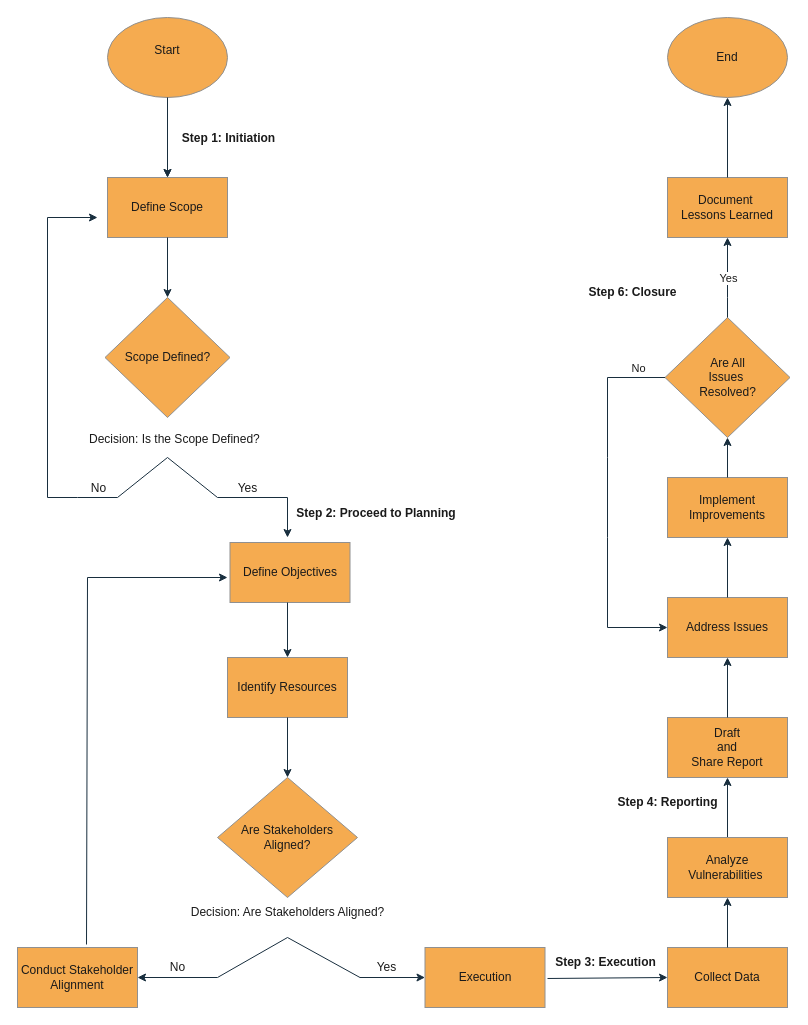
Above: Visuals/Security_Audit_Process_Flowchart.drawio in CJWasson/Security-Audit-Botium-Toys (draw.io), before the change. Source tidied: cells renumbered, new cells numbered last; positions are measured from the earlier drawing's top-left corner, leaving out a move shared by most shapes. Both pictures are drawn from the tidied source at 100%, with x=0, y=0 at pixel (17, 17).
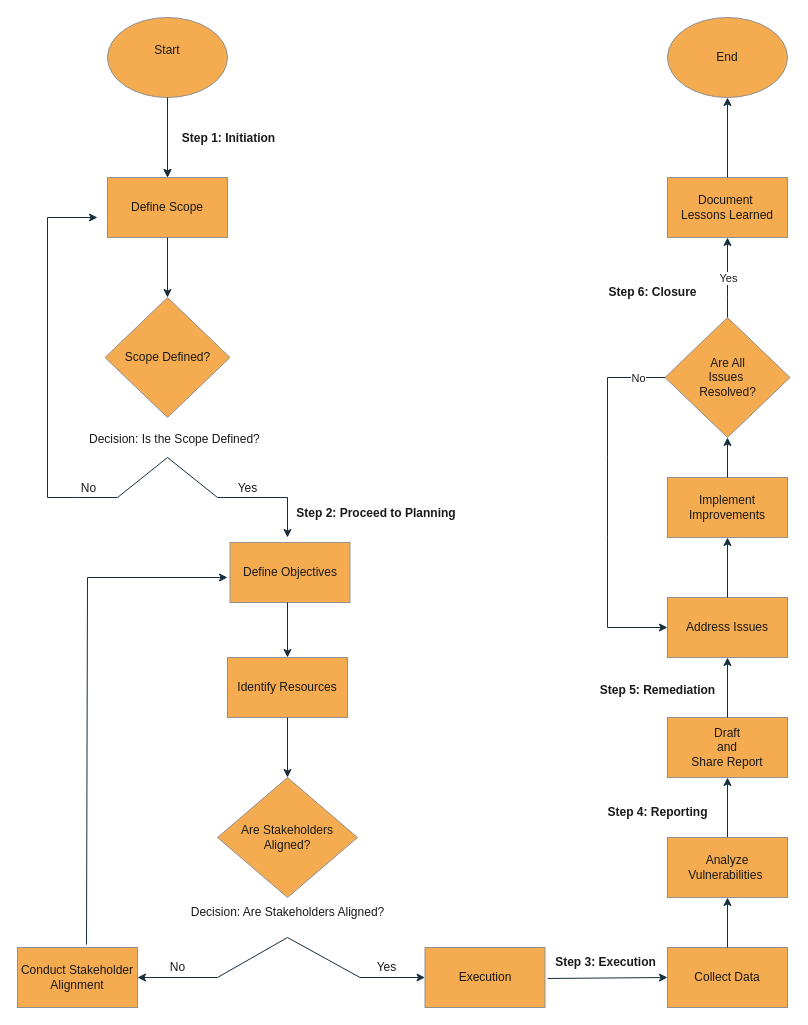
The same page after the edit.

The change refers to these unchanged cells:
```xml
<mxCell id="14" style="endArrow=classic;html=1;rounded=0;labelBackgroundColor=none;strokeColor=#182E3E;fontColor=default;" parent="1" edge="1">
  <mxGeometry relative="1" as="geometry">
    <mxPoint x="150" y="440" as="sourcePoint" />
    <mxPoint x="80" y="200" as="targetPoint" />
    <Array as="points">
      <mxPoint x="100" y="480" />
      <mxPoint x="60" y="480" />
      <mxPoint x="30" y="480" />
      <mxPoint x="30" y="200" />
    </Array>
  </mxGeometry>
</mxCell>
<mxCell id="43" style="endArrow=classic;html=1;rounded=0;strokeColor=#182E3E;fontColor=#1A1A1A;exitX=0;exitY=0.5;exitDx=0;exitDy=0;entryX=0;entryY=0.5;entryDx=0;entryDy=0;" parent="1" edge="1" source="39" target="36">
  <mxGeometry relative="1" as="geometry">
    <Array as="points">
      <mxPoint x="590" y="360" />
      <mxPoint x="590" y="440" />
      <mxPoint x="590" y="520" />
      <mxPoint x="590" y="610" />
    </Array>
  </mxGeometry>
</mxCell>
```

Diff of the diagram source:
```diff
@@
     <mxCell id="15" value="No" style="edgeLabel;html=1;align=center;verticalAlign=middle;fontSize=12;labelBackgroundColor=none;fontColor=#1A1A1A;rounded=0;" parent="14" vertex="1">
       <mxGeometry relative="1" as="geometry">
-        <mxPoint x="50" y="88" as="offset" />
+        <mxPoint x="40" y="88" as="offset" />
       </mxGeometry>
     </mxCell>
@@
     <mxCell id="33" value="&lt;b&gt;Step 4: Reporting&lt;/b&gt;" style="text;html=1;align=center;verticalAlign=middle;strokeColor=none;fillColor=none;fontColor=#1A1A1A;rounded=0;" parent="1" vertex="1">
-      <mxGeometry x="590" y="770" width="120" height="30" as="geometry" />
+      <mxGeometry x="580" y="780" width="120" height="30" as="geometry" />
     </mxCell>
@@
     <mxCell id="44" value="No" style="edgeLabel;html=1;align=center;verticalAlign=middle;strokeColor=#909090;fontColor=#1A1A1A;fillColor=#F5AB50;rounded=0;" parent="43" vertex="1">
       <mxGeometry relative="1" as="geometry">
-        <mxPoint x="30" y="-136" as="offset" />
+        <mxPoint x="30" y="-126" as="offset" />
       </mxGeometry>
     </mxCell>
@@
     <mxCell id="46" value="&lt;b&gt;Step 6: Closure&lt;/b&gt;" style="text;html=1;align=center;verticalAlign=middle;strokeColor=none;fillColor=none;fontColor=#1A1A1A;rounded=0;" parent="1" vertex="1">
-      <mxGeometry x="560" y="260" width="110" height="30" as="geometry" />
+      <mxGeometry x="580" y="260" width="110" height="30" as="geometry" />
     </mxCell>
@@
+    <mxCell id="50" value="&lt;b&gt;Step 5: Remediation&lt;/b&gt;&lt;div&gt;&lt;br&gt;&lt;/div&gt;" style="text;html=1;align=center;verticalAlign=middle;strokeColor=none;fillColor=none;fontColor=#1A1A1A;" parent="1" vertex="1">
+      <mxGeometry x="570" y="660" width="140" height="40" as="geometry" />
+    </mxCell>
```
